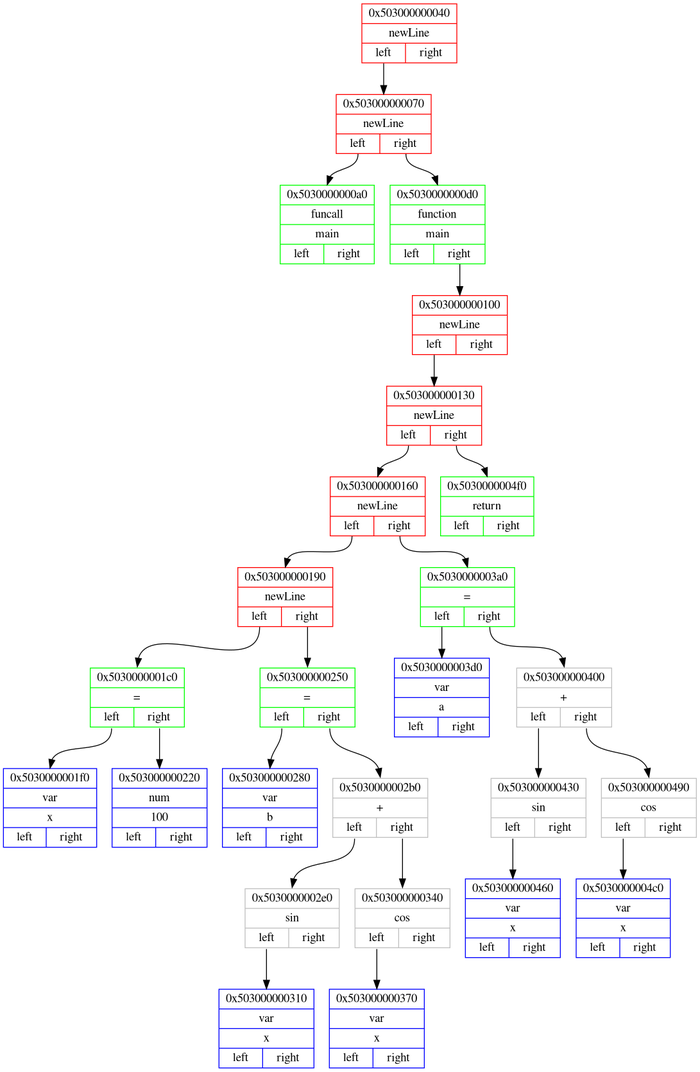
Above: png_files/backendDotFile.dot.png in Matvey787/myProgLanguage (Graphviz), before the change. Its source is kept beside it as dot_files/backendDotFile.dot.
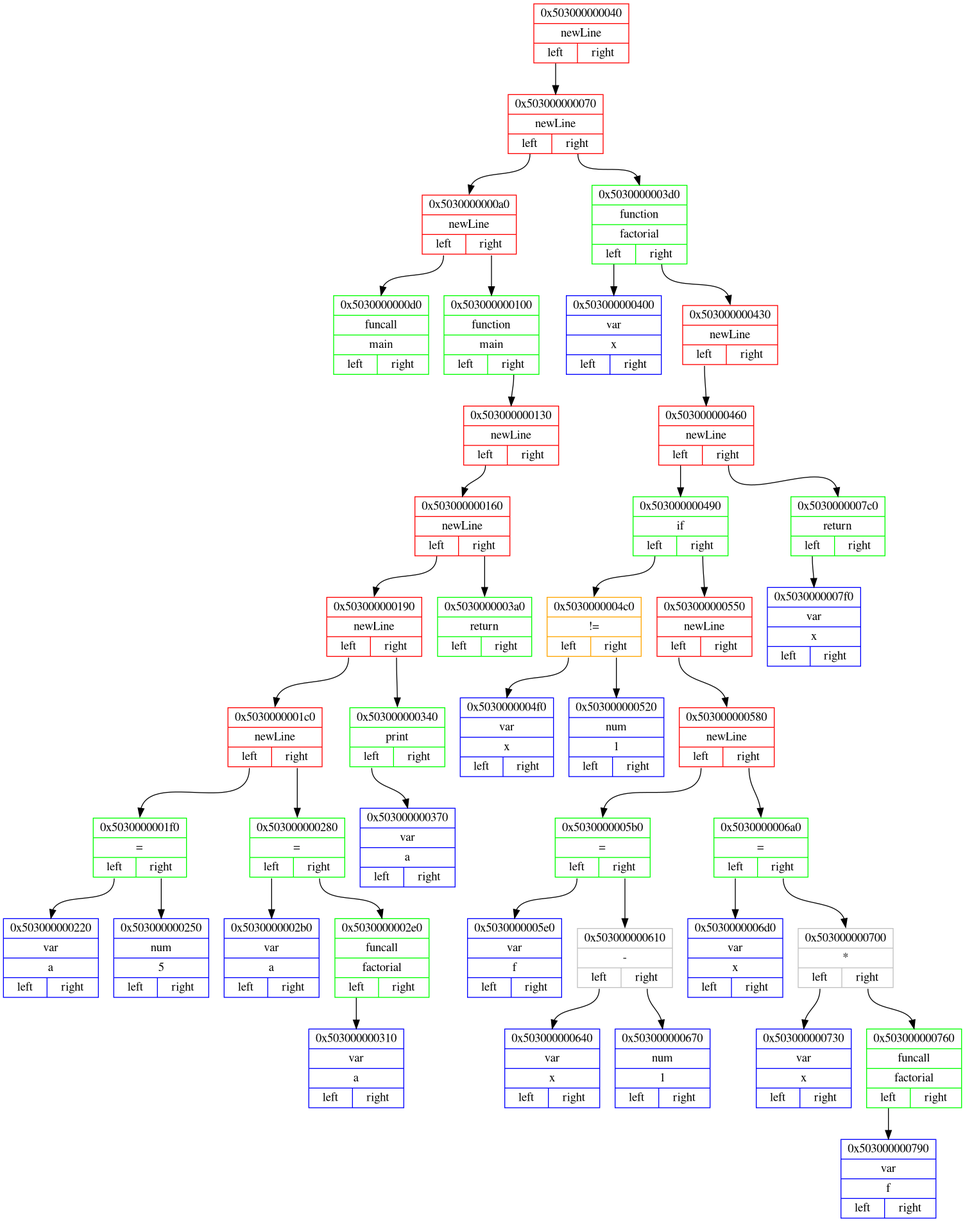
Above is the later version.

Change to the diagram source:
```diff
@@ -4,53 +4,85 @@
 
 node0x503000000040 [ shape=record, color = red rank = 1, label= "{ 0x503000000040 | newLine |         {<n0x503000000040_l> left | <n0x503000000040_r> right}} " ];
 node0x503000000070 [ shape=record, color = red rank = 2, label= "{ 0x503000000070 | newLine |         {<n0x503000000070_l> left | <n0x503000000070_r> right}} " ];
-node0x5030000000a0 [ shape=record, color = green rank = 3, label= "{ 0x5030000000a0 | funcall | main |         {<n0x5030000000a0_l> left | <n0x5030000000a0_r> right}} " ];
-node0x503000000070:<n0x503000000070_l>:s -> node0x5030000000a0:n [ color = black; ]
-node0x5030000000d0 [ shape=record, color = green rank = 4, label= "{ 0x5030000000d0 | function | main |         {<n0x5030000000d0_l> left | <n0x5030000000d0_r> right}} " ];
-node0x503000000100 [ shape=record, color = red rank = 5, label= "{ 0x503000000100 | newLine |         {<n0x503000000100_l> left | <n0x503000000100_r> right}} " ];
+node0x5030000000a0 [ shape=record, color = red rank = 3, label= "{ 0x5030000000a0 | newLine |         {<n0x5030000000a0_l> left | <n0x5030000000a0_r> right}} " ];
+node0x5030000000d0 [ shape=record, color = green rank = 4, label= "{ 0x5030000000d0 | funcall | main |         {<n0x5030000000d0_l> left | <n0x5030000000d0_r> right}} " ];
+node0x5030000000a0:<n0x5030000000a0_l>:s -> node0x5030000000d0:n [ color = black; ]
+node0x503000000100 [ shape=record, color = green rank = 5, label= "{ 0x503000000100 | function | main |         {<n0x503000000100_l> left | <n0x503000000100_r> right}} " ];
 node0x503000000130 [ shape=record, color = red rank = 6, label= "{ 0x503000000130 | newLine |         {<n0x503000000130_l> left | <n0x503000000130_r> right}} " ];
 node0x503000000160 [ shape=record, color = red rank = 7, label= "{ 0x503000000160 | newLine |         {<n0x503000000160_l> left | <n0x503000000160_r> right}} " ];
 node0x503000000190 [ shape=record, color = red rank = 8, label= "{ 0x503000000190 | newLine |         {<n0x503000000190_l> left | <n0x503000000190_r> right}} " ];
-node0x5030000001c0 [ shape=record, color = green rank = 9, label= "{ 0x5030000001c0 | = |         {<n0x5030000001c0_l> left | <n0x5030000001c0_r> right}} " ];
-node0x5030000001f0 [ shape=record, color = blue rank = 10, label= "{ 0x5030000001f0 | var | x |         {<n0x5030000001f0_l> left | <n0x5030000001f0_r> right}} " ];
+node0x5030000001c0 [ shape=record, color = red rank = 9, label= "{ 0x5030000001c0 | newLine |         {<n0x5030000001c0_l> left | <n0x5030000001c0_r> right}} " ];
+node0x5030000001f0 [ shape=record, color = green rank = 10, label= "{ 0x5030000001f0 | = |         {<n0x5030000001f0_l> left | <n0x5030000001f0_r> right}} " ];
+node0x503000000220 [ shape=record, color = blue rank = 11, label= "{ 0x503000000220 | var | a |         {<n0x503000000220_l> left | <n0x503000000220_r> right}} " ];
+node0x5030000001f0:<n0x5030000001f0_l>:s -> node0x503000000220:n [ color = black; ]
+node0x503000000250 [ shape=record, color = blue rank = 12, label= "{ 0x503000000250 | num | 5 |         {<n0x503000000250_l> left | <n0x503000000250_r> right}} " ];
+node0x5030000001f0:<n0x5030000001f0_r>:s -> node0x503000000250:n [ color = black; ]
 node0x5030000001c0:<n0x5030000001c0_l>:s -> node0x5030000001f0:n [ color = black; ]
-node0x503000000220 [ shape=record, color = blue rank = 11, label= "{ 0x503000000220 | num | 100 |         {<n0x503000000220_l> left | <n0x503000000220_r> right}} " ];
-node0x5030000001c0:<n0x5030000001c0_r>:s -> node0x503000000220:n [ color = black; ]
+node0x503000000280 [ shape=record, color = green rank = 11, label= "{ 0x503000000280 | = |         {<n0x503000000280_l> left | <n0x503000000280_r> right}} " ];
+node0x5030000002b0 [ shape=record, color = blue rank = 12, label= "{ 0x5030000002b0 | var | a |         {<n0x5030000002b0_l> left | <n0x5030000002b0_r> right}} " ];
+node0x503000000280:<n0x503000000280_l>:s -> node0x5030000002b0:n [ color = black; ]
+node0x5030000002e0 [ shape=record, color = green rank = 13, label= "{ 0x5030000002e0 | funcall | factorial |         {<n0x5030000002e0_l> left | <n0x5030000002e0_r> right}} " ];
+node0x503000000310 [ shape=record, color = blue rank = 14, label= "{ 0x503000000310 | var | a |         {<n0x503000000310_l> left | <n0x503000000310_r> right}} " ];
+node0x5030000002e0:<n0x5030000002e0_l>:s -> node0x503000000310:n [ color = black; ]
+node0x503000000280:<n0x503000000280_r>:s -> node0x5030000002e0:n [ color = black; ]
+node0x5030000001c0:<n0x5030000001c0_r>:s -> node0x503000000280:n [ color = black; ]
 node0x503000000190:<n0x503000000190_l>:s -> node0x5030000001c0:n [ color = black; ]
-node0x503000000250 [ shape=record, color = green rank = 10, label= "{ 0x503000000250 | = |         {<n0x503000000250_l> left | <n0x503000000250_r> right}} " ];
-node0x503000000280 [ shape=record, color = blue rank = 11, label= "{ 0x503000000280 | var | b |         {<n0x503000000280_l> left | <n0x503000000280_r> right}} " ];
-node0x503000000250:<n0x503000000250_l>:s -> node0x503000000280:n [ color = black; ]
-node0x5030000002b0 [ shape=record, color = grey rank = 12, label= "{ 0x5030000002b0 | + |         {<n0x5030000002b0_l> left | <n0x5030000002b0_r> right}} " ];
-node0x5030000002e0 [ shape=record, color = grey rank = 13, label= "{ 0x5030000002e0 | sin |         {<n0x5030000002e0_l> left | <n0x5030000002e0_r> right}} " ];
-node0x503000000310 [ shape=record, color = blue rank = 14, label= "{ 0x503000000310 | var | x |         {<n0x503000000310_l> left | <n0x503000000310_r> right}} " ];
-node0x5030000002e0:<n0x5030000002e0_l>:s -> node0x503000000310:n [ color = black; ]
-node0x5030000002b0:<n0x5030000002b0_l>:s -> node0x5030000002e0:n [ color = black; ]
-node0x503000000340 [ shape=record, color = grey rank = 14, label= "{ 0x503000000340 | cos |         {<n0x503000000340_l> left | <n0x503000000340_r> right}} " ];
-node0x503000000370 [ shape=record, color = blue rank = 15, label= "{ 0x503000000370 | var | x |         {<n0x503000000370_l> left | <n0x503000000370_r> right}} " ];
+node0x503000000340 [ shape=record, color = green rank = 10, label= "{ 0x503000000340 | print |         {<n0x503000000340_l> left | <n0x503000000340_r> right}} " ];
+node0x503000000370 [ shape=record, color = blue rank = 11, label= "{ 0x503000000370 | var | a |         {<n0x503000000370_l> left | <n0x503000000370_r> right}} " ];
 node0x503000000340:<n0x503000000340_l>:s -> node0x503000000370:n [ color = black; ]
-node0x5030000002b0:<n0x5030000002b0_r>:s -> node0x503000000340:n [ color = black; ]
-node0x503000000250:<n0x503000000250_r>:s -> node0x5030000002b0:n [ color = black; ]
-node0x503000000190:<n0x503000000190_r>:s -> node0x503000000250:n [ color = black; ]
+node0x503000000190:<n0x503000000190_r>:s -> node0x503000000340:n [ color = black; ]
 node0x503000000160:<n0x503000000160_l>:s -> node0x503000000190:n [ color = black; ]
-node0x5030000003a0 [ shape=record, color = green rank = 9, label= "{ 0x5030000003a0 | = |         {<n0x5030000003a0_l> left | <n0x5030000003a0_r> right}} " ];
-node0x5030000003d0 [ shape=record, color = blue rank = 10, label= "{ 0x5030000003d0 | var | a |         {<n0x5030000003d0_l> left | <n0x5030000003d0_r> right}} " ];
-node0x5030000003a0:<n0x5030000003a0_l>:s -> node0x5030000003d0:n [ color = black; ]
-node0x503000000400 [ shape=record, color = grey rank = 11, label= "{ 0x503000000400 | + |         {<n0x503000000400_l> left | <n0x503000000400_r> right}} " ];
-node0x503000000430 [ shape=record, color = grey rank = 12, label= "{ 0x503000000430 | sin |         {<n0x503000000430_l> left | <n0x503000000430_r> right}} " ];
-node0x503000000460 [ shape=record, color = blue rank = 13, label= "{ 0x503000000460 | var | x |         {<n0x503000000460_l> left | <n0x503000000460_r> right}} " ];
-node0x503000000430:<n0x503000000430_l>:s -> node0x503000000460:n [ color = black; ]
-node0x503000000400:<n0x503000000400_l>:s -> node0x503000000430:n [ color = black; ]
-node0x503000000490 [ shape=record, color = grey rank = 13, label= "{ 0x503000000490 | cos |         {<n0x503000000490_l> left | <n0x503000000490_r> right}} " ];
-node0x5030000004c0 [ shape=record, color = blue rank = 14, label= "{ 0x5030000004c0 | var | x |         {<n0x5030000004c0_l> left | <n0x5030000004c0_r> right}} " ];
-node0x503000000490:<n0x503000000490_l>:s -> node0x5030000004c0:n [ color = black; ]
-node0x503000000400:<n0x503000000400_r>:s -> node0x503000000490:n [ color = black; ]
-node0x5030000003a0:<n0x5030000003a0_r>:s -> node0x503000000400:n [ color = black; ]
+node0x5030000003a0 [ shape=record, color = green rank = 9, label= "{ 0x5030000003a0 | return |         {<n0x5030000003a0_l> left | <n0x5030000003a0_r> right}} " ];
 node0x503000000160:<n0x503000000160_r>:s -> node0x5030000003a0:n [ color = black; ]
 node0x503000000130:<n0x503000000130_l>:s -> node0x503000000160:n [ color = black; ]
-node0x5030000004f0 [ shape=record, color = green rank = 8, label= "{ 0x5030000004f0 | return |         {<n0x5030000004f0_l> left | <n0x5030000004f0_r> right}} " ];
-node0x503000000130:<n0x503000000130_r>:s -> node0x5030000004f0:n [ color = black; ]
-node0x503000000100:<n0x503000000100_l>:s -> node0x503000000130:n [ color = black; ]
-node0x5030000000d0:<n0x5030000000d0_r>:s -> node0x503000000100:n [ color = black; ]
-node0x503000000070:<n0x503000000070_r>:s -> node0x5030000000d0:n [ color = black; ]
+node0x503000000100:<n0x503000000100_r>:s -> node0x503000000130:n [ color = black; ]
+node0x5030000000a0:<n0x5030000000a0_r>:s -> node0x503000000100:n [ color = black; ]
+node0x503000000070:<n0x503000000070_l>:s -> node0x5030000000a0:n [ color = black; ]
+node0x5030000003d0 [ shape=record, color = green rank = 4, label= "{ 0x5030000003d0 | function | factorial |         {<n0x5030000003d0_l> left | <n0x5030000003d0_r> right}} " ];
+node0x503000000400 [ shape=record, color = blue rank = 5, label= "{ 0x503000000400 | var | x |         {<n0x503000000400_l> left | <n0x503000000400_r> right}} " ];
+node0x5030000003d0:<n0x5030000003d0_l>:s -> node0x503000000400:n [ color = black; ]
+node0x503000000430 [ shape=record, color = red rank = 6, label= "{ 0x503000000430 | newLine |         {<n0x503000000430_l> left | <n0x503000000430_r> right}} " ];
+node0x503000000460 [ shape=record, color = red rank = 7, label= "{ 0x503000000460 | newLine |         {<n0x503000000460_l> left | <n0x503000000460_r> right}} " ];
+node0x503000000490 [ shape=record, color = green rank = 8, label= "{ 0x503000000490 | if |         {<n0x503000000490_l> left | <n0x503000000490_r> right}} " ];
+node0x5030000004c0 [ shape=record, color = orange rank = 9, label= "{ 0x5030000004c0 | != |         {<n0x5030000004c0_l> left | <n0x5030000004c0_r> right}} " ];
+node0x5030000004f0 [ shape=record, color = blue rank = 10, label= "{ 0x5030000004f0 | var | x |         {<n0x5030000004f0_l> left | <n0x5030000004f0_r> right}} " ];
+node0x5030000004c0:<n0x5030000004c0_l>:s -> node0x5030000004f0:n [ color = black; ]
+node0x503000000520 [ shape=record, color = blue rank = 11, label= "{ 0x503000000520 | num | 1 |         {<n0x503000000520_l> left | <n0x503000000520_r> right}} " ];
+node0x5030000004c0:<n0x5030000004c0_r>:s -> node0x503000000520:n [ color = black; ]
+node0x503000000490:<n0x503000000490_l>:s -> node0x5030000004c0:n [ color = black; ]
+node0x503000000550 [ shape=record, color = red rank = 10, label= "{ 0x503000000550 | newLine |         {<n0x503000000550_l> left | <n0x503000000550_r> right}} " ];
+node0x503000000580 [ shape=record, color = red rank = 11, label= "{ 0x503000000580 | newLine |         {<n0x503000000580_l> left | <n0x503000000580_r> right}} " ];
+node0x5030000005b0 [ shape=record, color = green rank = 12, label= "{ 0x5030000005b0 | = |         {<n0x5030000005b0_l> left | <n0x5030000005b0_r> right}} " ];
+node0x5030000005e0 [ shape=record, color = blue rank = 13, label= "{ 0x5030000005e0 | var | f |         {<n0x5030000005e0_l> left | <n0x5030000005e0_r> right}} " ];
+node0x5030000005b0:<n0x5030000005b0_l>:s -> node0x5030000005e0:n [ color = black; ]
+node0x503000000610 [ shape=record, color = grey rank = 14, label= "{ 0x503000000610 | - |         {<n0x503000000610_l> left | <n0x503000000610_r> right}} " ];
+node0x503000000640 [ shape=record, color = blue rank = 15, label= "{ 0x503000000640 | var | x |         {<n0x503000000640_l> left | <n0x503000000640_r> right}} " ];
+node0x503000000610:<n0x503000000610_l>:s -> node0x503000000640:n [ color = black; ]
+node0x503000000670 [ shape=record, color = blue rank = 16, label= "{ 0x503000000670 | num | 1 |         {<n0x503000000670_l> left | <n0x503000000670_r> right}} " ];
+node0x503000000610:<n0x503000000610_r>:s -> node0x503000000670:n [ color = black; ]
+node0x5030000005b0:<n0x5030000005b0_r>:s -> node0x503000000610:n [ color = black; ]
+node0x503000000580:<n0x503000000580_l>:s -> node0x5030000005b0:n [ color = black; ]
+node0x5030000006a0 [ shape=record, color = green rank = 13, label= "{ 0x5030000006a0 | = |         {<n0x5030000006a0_l> left | <n0x5030000006a0_r> right}} " ];
+node0x5030000006d0 [ shape=record, color = blue rank = 14, label= "{ 0x5030000006d0 | var | x |         {<n0x5030000006d0_l> left | <n0x5030000006d0_r> right}} " ];
+node0x5030000006a0:<n0x5030000006a0_l>:s -> node0x5030000006d0:n [ color = black; ]
+node0x503000000700 [ shape=record, color = grey rank = 15, label= "{ 0x503000000700 | * |         {<n0x503000000700_l> left | <n0x503000000700_r> right}} " ];
+node0x503000000730 [ shape=record, color = blue rank = 16, label= "{ 0x503000000730 | var | x |         {<n0x503000000730_l> left | <n0x503000000730_r> right}} " ];
+node0x503000000700:<n0x503000000700_l>:s -> node0x503000000730:n [ color = black; ]
+node0x503000000760 [ shape=record, color = green rank = 17, label= "{ 0x503000000760 | funcall | factorial |         {<n0x503000000760_l> left | <n0x503000000760_r> right}} " ];
+node0x503000000790 [ shape=record, color = blue rank = 18, label= "{ 0x503000000790 | var | f |         {<n0x503000000790_l> left | <n0x503000000790_r> right}} " ];
+node0x503000000760:<n0x503000000760_l>:s -> node0x503000000790:n [ color = black; ]
+node0x503000000700:<n0x503000000700_r>:s -> node0x503000000760:n [ color = black; ]
+node0x5030000006a0:<n0x5030000006a0_r>:s -> node0x503000000700:n [ color = black; ]
+node0x503000000580:<n0x503000000580_r>:s -> node0x5030000006a0:n [ color = black; ]
+node0x503000000550:<n0x503000000550_l>:s -> node0x503000000580:n [ color = black; ]
+node0x503000000490:<n0x503000000490_r>:s -> node0x503000000550:n [ color = black; ]
+node0x503000000460:<n0x503000000460_l>:s -> node0x503000000490:n [ color = black; ]
+node0x5030000007c0 [ shape=record, color = green rank = 9, label= "{ 0x5030000007c0 | return |         {<n0x5030000007c0_l> left | <n0x5030000007c0_r> right}} " ];
+node0x5030000007f0 [ shape=record, color = blue rank = 10, label= "{ 0x5030000007f0 | var | x |         {<n0x5030000007f0_l> left | <n0x5030000007f0_r> right}} " ];
+node0x5030000007c0:<n0x5030000007c0_l>:s -> node0x5030000007f0:n [ color = black; ]
+node0x503000000460:<n0x503000000460_r>:s -> node0x5030000007c0:n [ color = black; ]
+node0x503000000430:<n0x503000000430_l>:s -> node0x503000000460:n [ color = black; ]
+node0x5030000003d0:<n0x5030000003d0_r>:s -> node0x503000000430:n [ color = black; ]
+node0x503000000070:<n0x503000000070_r>:s -> node0x5030000003d0:n [ color = black; ]
 node0x503000000040:<n0x503000000040_l>:s -> node0x503000000070:n [ color = black; ]
 }
```
